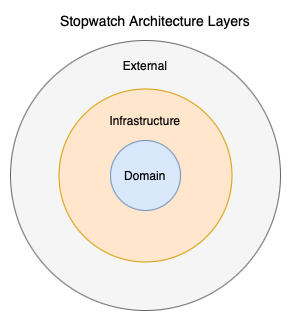
This is docs/assets/images/architecture-layers.png from rafaeltmbr/Stopwatch, a draw.io export, as it was before one commit. Source tidied: cells renumbered, new cells last; positions are measured from the earlier drawing's top-left corner, leaving out a move shared by most shapes.
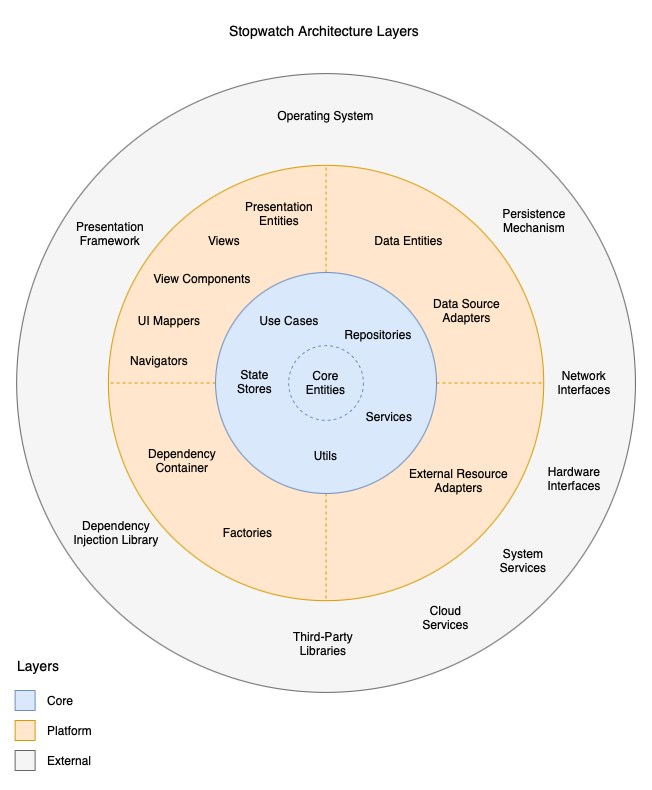
Later version of the same file.

Commit message:
docs: update architecture documentation to better comply with the Ports and Adapters concept

The edit, as a diff of the source:
```diff
@@ -2,23 +2,128 @@
   <root>
     <mxCell id="0" />
     <mxCell id="1" parent="0" />
-    <mxCell id="2" style="ellipse;whiteSpace=wrap;html=1;fillColor=#f5f5f5;fontColor=#333333;strokeColor=#666666;" parent="1" vertex="1">
-      <mxGeometry y="30" width="270" height="270" as="geometry" />
-    </mxCell>
-    <mxCell id="3" style="ellipse;whiteSpace=wrap;html=1;fillColor=#ffe6cc;strokeColor=#d79b00;" parent="1" vertex="1">
-      <mxGeometry x="48.5" y="78.5" width="173" height="173" as="geometry" />
-    </mxCell>
-    <mxCell id="4" value="Domain" style="ellipse;whiteSpace=wrap;html=1;fillColor=#dae8fc;strokeColor=#6c8ebf;" parent="1" vertex="1">
-      <mxGeometry x="100" y="130" width="70" height="70" as="geometry" />
-    </mxCell>
-    <mxCell id="5" value="Infrastructure" style="text;html=1;strokeColor=none;fillColor=none;align=center;verticalAlign=middle;whiteSpace=wrap;rounded=0;" parent="1" vertex="1">
-      <mxGeometry x="90" y="95" width="90" height="30" as="geometry" />
-    </mxCell>
+    <mxCell id="8" style="whiteSpace=wrap;html=1;fillColor=#dae8fc;strokeColor=#6c8ebf;" parent="1" vertex="1">
+      <mxGeometry x="830.6" y="505" width="20" height="20" as="geometry" />
+    </mxCell>
+    <mxCell id="9" value="Core" style="text;html=1;strokeColor=none;fillColor=none;align=left;verticalAlign=middle;whiteSpace=wrap;rounded=0;dashed=1;dashPattern=1 1;" parent="1" vertex="1">
+      <mxGeometry x="860.6" y="500" width="33.5" height="30" as="geometry" />
+    </mxCell>
+    <mxCell id="10" style="whiteSpace=wrap;html=1;fillColor=#ffe6cc;strokeColor=#d79b00;" parent="1" vertex="1">
+      <mxGeometry x="830.6" y="535" width="20" height="20" as="geometry" />
+    </mxCell>
+    <mxCell id="11" value="Platform" style="text;html=1;strokeColor=none;fillColor=none;align=left;verticalAlign=middle;whiteSpace=wrap;rounded=0;dashed=1;dashPattern=1 1;" parent="1" vertex="1">
+      <mxGeometry x="860.6" y="530" width="59.4" height="30" as="geometry" />
+    </mxCell>
+    <mxCell id="12" style="whiteSpace=wrap;html=1;fillColor=#f5f5f5;fontColor=#333333;strokeColor=#666666;" parent="1" vertex="1">
+      <mxGeometry x="830.6" y="565" width="20" height="20" as="geometry" />
+    </mxCell>
-    <mxCell id="6" value="External" style="text;html=1;strokeColor=none;fillColor=none;align=center;verticalAlign=middle;whiteSpace=wrap;rounded=0;" parent="1" vertex="1">
-      <mxGeometry x="105" y="40" width="60" height="30" as="geometry" />
+    <mxCell id="6" value="External" style="text;html=1;strokeColor=none;fillColor=none;align=left;verticalAlign=middle;whiteSpace=wrap;rounded=0;dashed=1;dashPattern=1 1;" parent="1" vertex="1">
+      <mxGeometry x="860.6" y="560" width="59.4" height="30" as="geometry" />
     </mxCell>
+    <mxCell id="13" value="Layers" style="text;html=1;strokeColor=none;fillColor=none;align=left;verticalAlign=middle;whiteSpace=wrap;rounded=0;fontSize=14;" parent="1" vertex="1">
+      <mxGeometry x="830.6" y="470" width="63.5" height="20" as="geometry" />
+    </mxCell>
+    <mxCell id="14" style="ellipse;whiteSpace=wrap;html=1;fillColor=#f5f5f5;fontColor=#333333;strokeColor=#666666;" parent="1" vertex="1">
+      <mxGeometry x="832.2" y="-111.9" width="618.8" height="618.8" as="geometry" />
+    </mxCell>
+    <mxCell id="15" style="ellipse;whiteSpace=wrap;html=1;fillColor=#ffe6cc;direction=south;strokeColor=#d79b00;" parent="1" vertex="1">
+      <mxGeometry x="923.9" y="-20.2" width="435.3" height="435.3" as="geometry" />
+    </mxCell>
+    <mxCell id="16" style="edgeStyle=none;html=1;exitX=0.5;exitY=1;exitDx=0;exitDy=0;entryX=1;entryY=0.5;entryDx=0;entryDy=0;endArrow=none;endFill=0;dashed=1;fillColor=#ffe6cc;strokeColor=#d79b00;" parent="1" edge="1" source="20" target="15">
+      <mxGeometry relative="1" as="geometry" />
+    </mxCell>
+    <mxCell id="17" style="edgeStyle=none;html=1;exitX=1;exitY=0.5;exitDx=0;exitDy=0;entryX=0.5;entryY=0;entryDx=0;entryDy=0;endArrow=none;endFill=0;dashed=1;fillColor=#ffe6cc;strokeColor=#d79b00;" parent="1" edge="1" source="20" target="15">
+      <mxGeometry relative="1" as="geometry" />
+    </mxCell>
+    <mxCell id="18" style="edgeStyle=none;html=1;exitX=0.5;exitY=0;exitDx=0;exitDy=0;entryX=0;entryY=0.5;entryDx=0;entryDy=0;endArrow=none;endFill=0;dashed=1;fillColor=#ffe6cc;strokeColor=#d79b00;" parent="1" edge="1" source="20" target="15">
+      <mxGeometry relative="1" as="geometry" />
+    </mxCell>
+    <mxCell id="19" style="edgeStyle=none;html=1;exitX=0;exitY=0.5;exitDx=0;exitDy=0;entryX=0.5;entryY=1;entryDx=0;entryDy=0;endArrow=none;endFill=0;dashed=1;fillColor=#ffe6cc;strokeColor=#d79b00;" parent="1" edge="1" source="20" target="15">
+      <mxGeometry relative="1" as="geometry" />
+    </mxCell>
+    <mxCell id="20" style="ellipse;whiteSpace=wrap;html=1;fillColor=#dae8fc;strokeColor=#6c8ebf;" parent="1" vertex="1">
+      <mxGeometry x="1031.1" y="87" width="220.9" height="220.9" as="geometry" />
+    </mxCell>
     <mxCell id="7" value="Stopwatch Architecture Layers" style="text;html=1;strokeColor=none;fillColor=none;align=center;verticalAlign=middle;whiteSpace=wrap;rounded=0;fontSize=14;" parent="1" vertex="1">
-      <mxGeometry x="40" width="210" height="20" as="geometry" />
+      <mxGeometry x="1043.1" y="-170" width="193.8" height="30" as="geometry" />
     </mxCell>
+    <mxCell id="21" value="Core Entities" style="text;html=1;strokeColor=none;fillColor=none;align=center;verticalAlign=middle;whiteSpace=wrap;rounded=0;" parent="1" vertex="1">
+      <mxGeometry x="1113.2" y="182.3" width="56.7" height="30" as="geometry" />
+    </mxCell>
+    <mxCell id="22" value="Services" style="text;html=1;strokeColor=none;fillColor=none;align=center;verticalAlign=middle;whiteSpace=wrap;rounded=0;" parent="1" vertex="1">
+      <mxGeometry x="1169.9" y="221" width="70" height="20" as="geometry" />
+    </mxCell>
+    <mxCell id="23" value="Repositories" style="text;html=1;strokeColor=none;fillColor=none;align=center;verticalAlign=middle;whiteSpace=wrap;rounded=0;" parent="1" vertex="1">
+      <mxGeometry x="1152.5" y="140" width="84.4" height="17.5" as="geometry" />
+    </mxCell>
+    <mxCell id="24" value="State Stores" style="text;html=1;strokeColor=none;fillColor=none;align=center;verticalAlign=middle;whiteSpace=wrap;rounded=0;" parent="1" vertex="1">
+      <mxGeometry x="1041.9" y="177.2" width="57" height="37.5" as="geometry" />
+    </mxCell>
+    <mxCell id="25" value="Use Cases" style="text;html=1;strokeColor=none;fillColor=none;align=center;verticalAlign=middle;whiteSpace=wrap;rounded=0;" parent="1" vertex="1">
+      <mxGeometry x="1070" y="119.5" width="70" height="30.5" as="geometry" />
+    </mxCell>
+    <mxCell id="26" value="Utils" style="text;html=1;strokeColor=none;fillColor=none;align=center;verticalAlign=middle;whiteSpace=wrap;rounded=0;" parent="1" vertex="1">
+      <mxGeometry x="1114" y="260" width="55" height="20" as="geometry" />
+    </mxCell>
+    <mxCell id="27" value="Presentation Entities" style="text;html=1;strokeColor=none;fillColor=none;align=center;verticalAlign=middle;whiteSpace=wrap;rounded=0;" parent="1" vertex="1">
+      <mxGeometry x="1059.9" y="12.5" width="70" height="30" as="geometry" />
+    </mxCell>
+    <mxCell id="28" value="View Components" style="text;html=1;strokeColor=none;fillColor=none;align=center;verticalAlign=middle;whiteSpace=wrap;rounded=0;" parent="1" vertex="1">
+      <mxGeometry x="960" y="77.5" width="116" height="30" as="geometry" />
+    </mxCell>
+    <mxCell id="29" value="Views" style="text;html=1;strokeColor=none;fillColor=none;align=center;verticalAlign=middle;whiteSpace=wrap;rounded=0;" parent="1" vertex="1">
+      <mxGeometry x="1019.9" y="42.5" width="40" height="25" as="geometry" />
+    </mxCell>
+    <mxCell id="30" value="UI Mappers" style="text;html=1;strokeColor=none;fillColor=none;align=center;verticalAlign=middle;whiteSpace=wrap;rounded=0;" parent="1" vertex="1">
+      <mxGeometry x="950" y="119.5" width="70" height="30" as="geometry" />
+    </mxCell>
+    <mxCell id="31" value="Navigators" style="text;html=1;strokeColor=none;fillColor=none;align=center;verticalAlign=middle;whiteSpace=wrap;rounded=0;" parent="1" vertex="1">
+      <mxGeometry x="940" y="159.9" width="70" height="30" as="geometry" />
+    </mxCell>
+    <mxCell id="32" value="Data Entities" style="text;html=1;strokeColor=none;fillColor=none;align=center;verticalAlign=middle;whiteSpace=wrap;rounded=0;" parent="1" vertex="1">
+      <mxGeometry x="1180" y="35" width="88.5" height="40" as="geometry" />
+    </mxCell>
+    <mxCell id="33" value="Data Source&lt;br&gt;Adapters" style="text;html=1;strokeColor=none;fillColor=none;align=center;verticalAlign=middle;whiteSpace=wrap;rounded=0;" parent="1" vertex="1">
+      <mxGeometry x="1239.9" y="110" width="85" height="30" as="geometry" />
+    </mxCell>
+    <mxCell id="34" value="External Resource Adapters" style="text;html=1;strokeColor=none;fillColor=none;align=center;verticalAlign=middle;whiteSpace=wrap;rounded=0;" parent="1" vertex="1">
+      <mxGeometry x="1220.2" y="270" width="109.4" height="50" as="geometry" />
+    </mxCell>
+    <mxCell id="35" value="Dependency Container" style="text;html=1;strokeColor=none;fillColor=none;align=center;verticalAlign=middle;whiteSpace=wrap;rounded=0;" parent="1" vertex="1">
+      <mxGeometry x="953.1" y="260" width="90" height="30" as="geometry" />
+    </mxCell>
+    <mxCell id="36" value="Factories" style="text;html=1;strokeColor=none;fillColor=none;align=center;verticalAlign=middle;whiteSpace=wrap;rounded=0;" parent="1" vertex="1">
+      <mxGeometry x="1023" y="340" width="81.2" height="13.5" as="geometry" />
+    </mxCell>
+    <mxCell id="37" value="Operating System" style="text;html=1;strokeColor=none;fillColor=none;align=center;verticalAlign=middle;whiteSpace=wrap;rounded=0;" parent="1" vertex="1">
+      <mxGeometry x="1091.1" y="-90" width="100.9" height="40" as="geometry" />
+    </mxCell>
+    <mxCell id="38" value="Presentation&lt;br&gt;Framework" style="text;html=1;strokeColor=none;fillColor=none;align=center;verticalAlign=middle;whiteSpace=wrap;rounded=0;" parent="1" vertex="1">
+      <mxGeometry x="884.5" y="27.5" width="84" height="40" as="geometry" />
+    </mxCell>
+    <mxCell id="39" value="Persistence&lt;br&gt;Mechanism" style="text;html=1;strokeColor=none;fillColor=none;align=center;verticalAlign=middle;whiteSpace=wrap;rounded=0;" parent="1" vertex="1">
+      <mxGeometry x="1310" y="12.5" width="80" height="45" as="geometry" />
+    </mxCell>
+    <mxCell id="40" value="Dependency&lt;br&gt;Injection Library" style="text;html=1;strokeColor=none;fillColor=none;align=center;verticalAlign=middle;whiteSpace=wrap;rounded=0;" parent="1" vertex="1">
+      <mxGeometry x="884.5" y="324.2" width="96" height="45.8" as="geometry" />
+    </mxCell>
+    <mxCell id="41" value="Third-Party&lt;br&gt;Libraries" style="text;html=1;strokeColor=none;fillColor=none;align=center;verticalAlign=middle;whiteSpace=wrap;rounded=0;" parent="1" vertex="1">
+      <mxGeometry x="1098.9" y="435" width="80" height="45" as="geometry" />
+    </mxCell>
+    <mxCell id="42" value="Hardware Interfaces" style="text;html=1;strokeColor=none;fillColor=none;align=center;verticalAlign=middle;whiteSpace=wrap;rounded=0;" parent="1" vertex="1">
+      <mxGeometry x="1350" y="270" width="80" height="45" as="geometry" />
+    </mxCell>
+    <mxCell id="43" value="System Services" style="text;html=1;strokeColor=none;fillColor=none;align=center;verticalAlign=middle;whiteSpace=wrap;rounded=0;" parent="1" vertex="1">
+      <mxGeometry x="1297.6" y="355.3" width="82.3" height="40" as="geometry" />
+    </mxCell>
+    <mxCell id="44" value="Network&lt;br&gt;Interfaces" style="text;html=1;strokeColor=none;fillColor=none;align=center;verticalAlign=middle;whiteSpace=wrap;rounded=0;" parent="1" vertex="1">
+      <mxGeometry x="1359.2" y="177.2" width="82.3" height="40" as="geometry" />
+    </mxCell>
+    <mxCell id="45" style="ellipse;whiteSpace=wrap;html=1;fillColor=none;dashed=1;strokeColor=#6c8ebf;" parent="1" vertex="1">
+      <mxGeometry x="1104.2" y="160.1" width="74.8" height="74.8" as="geometry" />
+    </mxCell>
+    <mxCell id="46" value="Cloud Services" style="text;html=1;strokeColor=none;fillColor=none;align=center;verticalAlign=middle;whiteSpace=wrap;rounded=0;" parent="1" vertex="1">
+      <mxGeometry x="1224.8" y="410" width="72.9" height="44.2" as="geometry" />
+    </mxCell>
   </root>
 </mxGraphModel>
```
